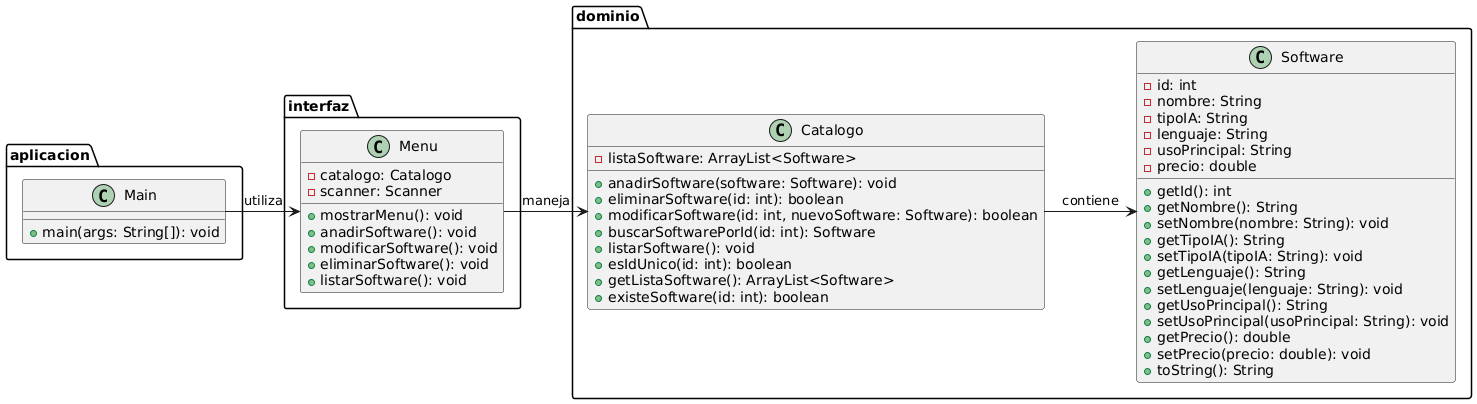
Mgonzalo11/Programacion-I keeps this PlantUML diagram as Primer Semestre/Practica_Final/DiagramaUML.png. Above is the earlier version.
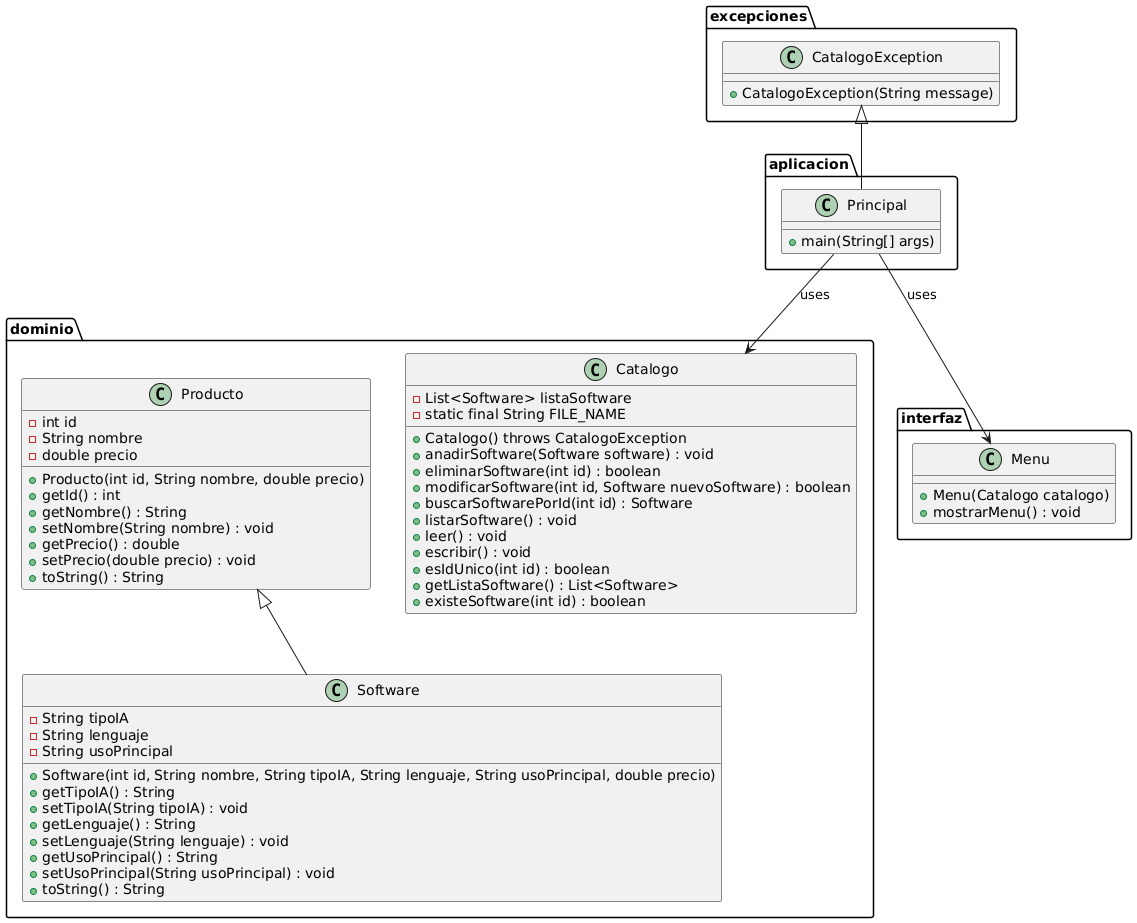
The same diagram one commit later.

Change to the diagram source:
```diff
@@ -1,58 +1,69 @@
 @startuml
 package aplicacion {
-    class Main {
-        +main(args: String[]): void
+    class Principal {
+        +main(String[] args)
+    }
+}
+
+package dominio {
+    class Producto {
+        -int id
+        -String nombre
+        -double precio
+        +Producto(int id, String nombre, double precio)
+        +getId() : int
+        +getNombre() : String
+        +setNombre(String nombre) : void
+        +getPrecio() : double
+        +setPrecio(double precio) : void
+        +toString() : String
+    }
+
+    class Catalogo {
+        -List<Software> listaSoftware
+        -static final String FILE_NAME
+        +Catalogo() throws CatalogoException
+        +anadirSoftware(Software software) : void
+        +eliminarSoftware(int id) : boolean
+        +modificarSoftware(int id, Software nuevoSoftware) : boolean
+        +buscarSoftwarePorId(int id) : Software
+        +listarSoftware() : void
+        +leer() : void
+        +escribir() : void
+        +esIdUnico(int id) : boolean
+        +getListaSoftware() : List<Software>
+        +existeSoftware(int id) : boolean
+    }
+
+    class Software extends Producto {
+        -String tipoIA
+        -String lenguaje
+        -String usoPrincipal
+        +Software(int id, String nombre, String tipoIA, String lenguaje, String usoPrincipal, double precio)
+        +getTipoIA() : String
+        +setTipoIA(String tipoIA) : void
+        +getLenguaje() : String
+        +setLenguaje(String lenguaje) : void
+        +getUsoPrincipal() : String
+        +setUsoPrincipal(String usoPrincipal) : void
+        +toString() : String
+    }
+}
+
+package excepciones {
+    class CatalogoException {
+        +CatalogoException(String message)
     }
 }
 
 package interfaz {
     class Menu {
-        -catalogo: Catalogo
-        -scanner: Scanner
-        +mostrarMenu(): void
-        +anadirSoftware(): void
-        +modificarSoftware(): void
-        +eliminarSoftware(): void
-        +listarSoftware(): void
+        +Menu(Catalogo catalogo)
+        +mostrarMenu() : void
     }
 }
 
-package dominio {
-    class Catalogo {
-        -listaSoftware: ArrayList<Software>
-        +anadirSoftware(software: Software): void
-        +eliminarSoftware(id: int): boolean
-        +modificarSoftware(id: int, nuevoSoftware: Software): boolean
-        +buscarSoftwarePorId(id: int): Software
-        +listarSoftware(): void
-        +esIdUnico(id: int): boolean
-        +getListaSoftware(): ArrayList<Software>
-        +existeSoftware(id: int): boolean
-    }
-
-    class Software {
-        -id: int
-        -nombre: String
-        -tipoIA: String
-        -lenguaje: String
-        -usoPrincipal: String
-        -precio: double
-        +getId(): int
-        +getNombre(): String
-        +setNombre(nombre: String): void
-        +getTipoIA(): String
-        +setTipoIA(tipoIA: String): void
-        +getLenguaje(): String
-        +setLenguaje(lenguaje: String): void
-        +getUsoPrincipal(): String
-        +setUsoPrincipal(usoPrincipal: String): void
-        +getPrecio(): double
-        +setPrecio(precio: double): void
-        +toString(): String
-    }
-}
-
-Main -> Menu : utiliza
-Menu -> Catalogo : maneja
-Catalogo -> Software : contiene
+Principal --> Catalogo : uses
+Principal --> Menu : uses
+CatalogoException <|-- Principal
 @enduml
```
